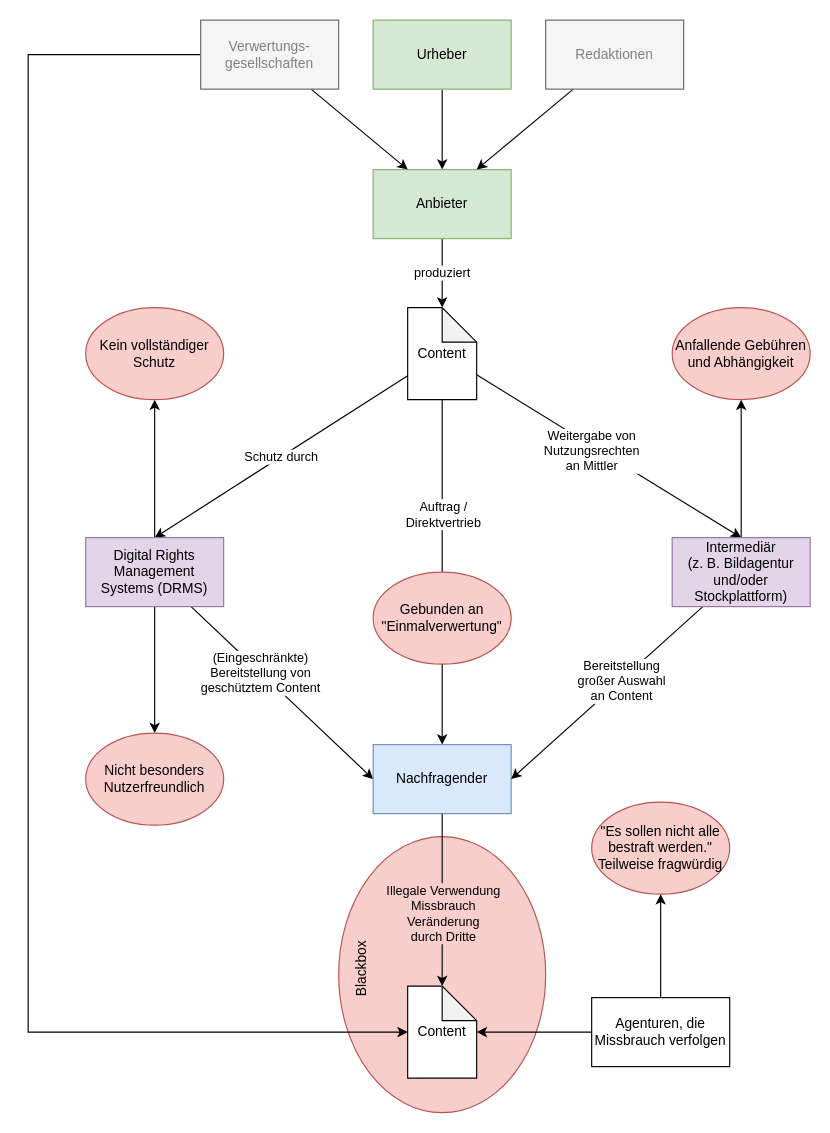
Before: page "Current overview" (4 of 15) of Masterarbeit.drawio in philman1/masterarbeit_philipp_roiner, a draw.io diagram. Source tidied: cells renumbered, new cells numbered last; positions are measured from the earlier drawing's top-left corner, leaving out a move shared by most shapes. Both pictures are drawn from the tidied source at 115%, with x=0, y=0 at pixel (28, 20).
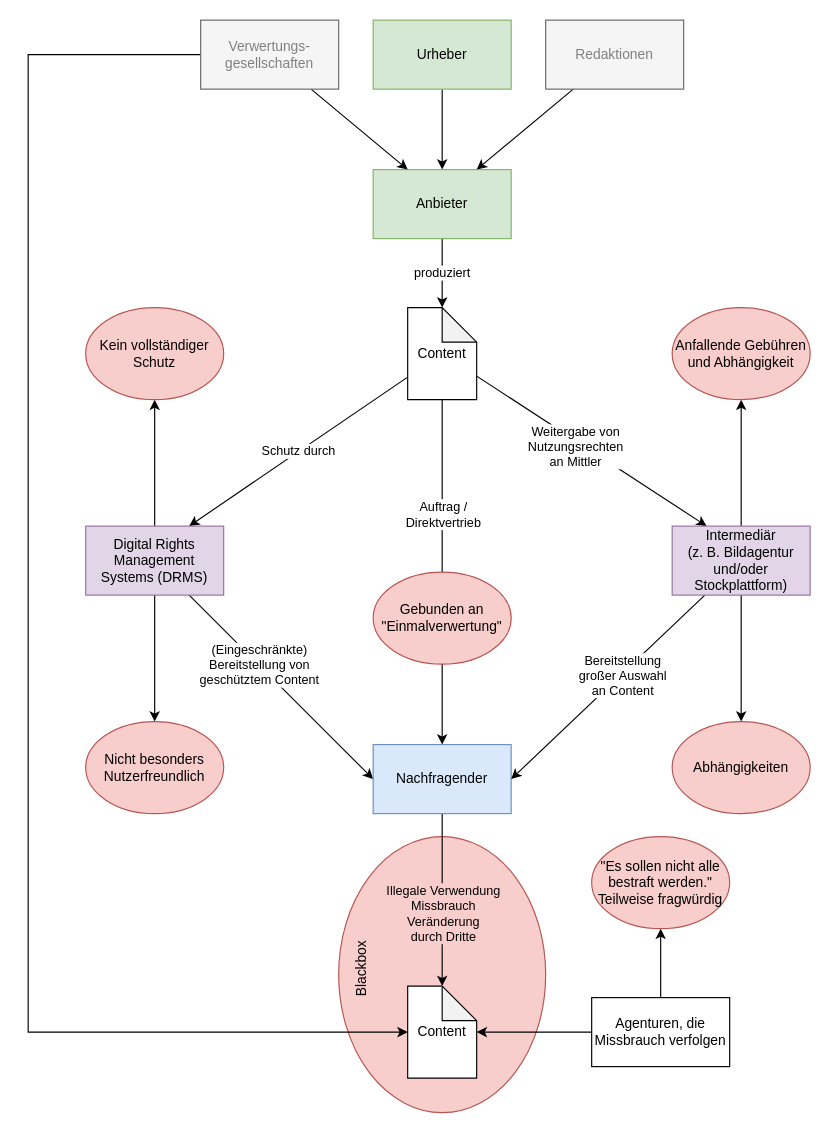
The same diagram, later.

The change refers to these unchanged cells:
```xml
<mxCell id="10" value="Content" style="shape=note;whiteSpace=wrap;html=1;backgroundOutline=1;darkOpacity=0.05;" parent="1" vertex="1">
  <mxGeometry x="330" y="250" width="60" height="80" as="geometry" />
</mxCell>
```

What changed in the source:
```diff
@@
-    <mxCell id="5" value="Schutz durch" style="edgeStyle=none;rounded=0;jettySize=auto;html=1;entryX=0.5;entryY=0;entryDx=0;entryDy=0;" parent="1" edge="1" source="10" target="15">
+    <mxCell id="5" value="Schutz durch" style="edgeStyle=none;rounded=0;jettySize=auto;html=1;entryX=0.75;entryY=0;entryDx=0;entryDy=0;" parent="1" edge="1" source="10" target="15">
       <mxGeometry relative="1" as="geometry" />
     </mxCell>
@@
-    <mxCell id="8" style="edgeStyle=none;rounded=0;jettySize=auto;html=1;entryX=0.5;entryY=0;entryDx=0;entryDy=0;" parent="1" edge="1" source="10" target="22">
+    <mxCell id="8" style="edgeStyle=none;rounded=0;jettySize=auto;html=1;entryX=0.25;entryY=0;entryDx=0;entryDy=0;" parent="1" edge="1" source="10" target="22">
       <mxGeometry relative="1" as="geometry" />
     </mxCell>
@@
     <mxCell id="15" value="Digital Rights Management Systems (DRMS)" style="rounded=0;whiteSpace=wrap;html=1;fillColor=#e1d5e7;strokeColor=#9673a6;" parent="1" vertex="1">
-      <mxGeometry x="50" y="450" width="120" height="60" as="geometry" />
+      <mxGeometry x="50" y="440" width="120" height="60" as="geometry" />
     </mxCell>
@@
+    <mxCell id="40" style="edgeStyle=orthogonalEdgeStyle;rounded=0;jettySize=auto;html=1;entryX=0.5;entryY=0;entryDx=0;entryDy=0;" parent="1" edge="1" source="22" target="41">
+      <mxGeometry relative="1" as="geometry" />
+    </mxCell>
     <mxCell id="22" value="Intermediär&lt;br&gt;(z. B. Bildagentur und/oder Stockplattform)" style="rounded=0;whiteSpace=wrap;html=1;fillColor=#e1d5e7;strokeColor=#9673a6;" parent="1" vertex="1">
-      <mxGeometry x="560" y="450" width="120" height="60" as="geometry" />
+      <mxGeometry x="560" y="440" width="120" height="60" as="geometry" />
     </mxCell>
@@
     <mxCell id="32" value="Nicht besonders&lt;br&gt;Nutzerfreundlich" style="ellipse;whiteSpace=wrap;html=1;fillColor=#f8cecc;strokeColor=#b85450;" parent="1" vertex="1">
-      <mxGeometry x="50" y="620" width="120" height="80" as="geometry" />
+      <mxGeometry x="50" y="610" width="120" height="80" as="geometry" />
     </mxCell>
@@
     <mxCell id="38" value="&quot;Es sollen nicht alle bestraft werden.&quot;&lt;br&gt;Teilweise fragwürdig" style="ellipse;whiteSpace=wrap;html=1;fillColor=#f8cecc;strokeColor=#b85450;" parent="1" vertex="1">
-      <mxGeometry x="490" y="680" width="120" height="80" as="geometry" />
+      <mxGeometry x="490" y="710" width="120" height="80" as="geometry" />
     </mxCell>
@@
+    <mxCell id="41" value="Abhängigkeiten" style="ellipse;whiteSpace=wrap;html=1;fillColor=#f8cecc;strokeColor=#b85450;" parent="1" vertex="1">
+      <mxGeometry x="560" y="610" width="120" height="80" as="geometry" />
+    </mxCell>
```
